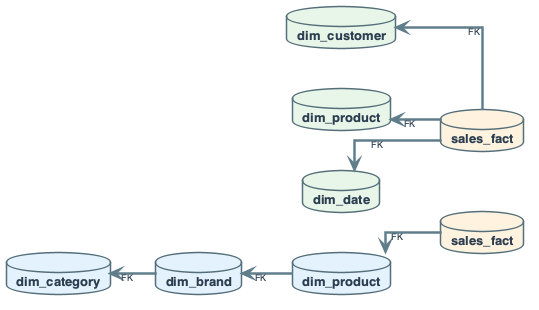
Earlier version of the PlantUML export diagrams/week05/week5_star_vs_snowflake.png (OrPerets/data-engineering-course).
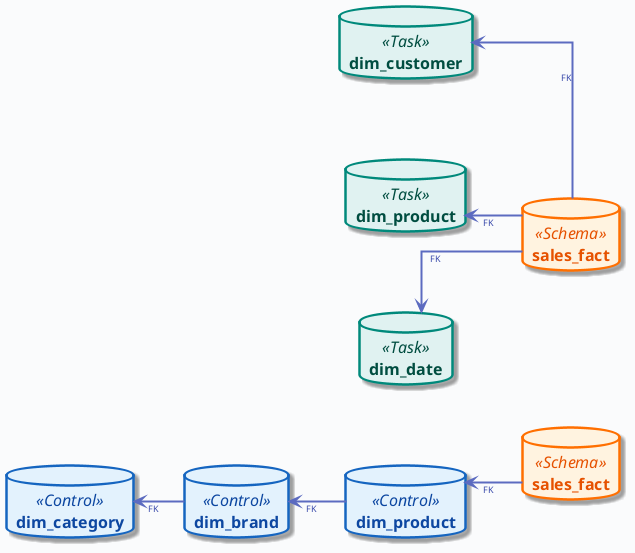
Later version of the same file.

What changed in the source:
```diff
@@ -1,50 +1,23 @@
 @startuml
 
+!include ../_template_styles.puml
+
 left to right direction
-skinparam linetype ortho
-skinparam shadowing false
-skinparam roundcorner 8
-skinparam handwritten false
-skinparam nodesep 40
-skinparam ranksep 45
 
-skinparam defaultFontName "Segoe UI, Helvetica, sans-serif"
-skinparam defaultFontSize 16
-skinparam defaultFontColor #2C3E50
-
-skinparam rectangle {
-    BackgroundColor #F8F9FA
-    BorderColor #90A4AE
-    BorderThickness 2
-    FontSize 12
-    Padding 10
-}
-skinparam database {
-    BackgroundColor #ECEFF1
-    BorderColor #546E7A
-    BorderThickness 1.5
-    FontSize 13
-}
-skinparam arrow {
-    Color #607D8B
-    Thickness 2.5
-    FontSize 10
-}
-
-database "**sales_fact**" as F1 #FFF3E0
-database "**dim_customer**" as DC #E8F5E9
-database "**dim_product**" as DP #E8F5E9
-database "**dim_date**" as DD #E8F5E9
+database "**sales_fact**" as F1 <<Schema>>
+database "**dim_customer**" as DC <<Task>>
+database "**dim_product**" as DP <<Task>>
+database "**dim_date**" as DD <<Task>>
 F1 -up-> DC : <size:9>FK</size>
 F1 -up-> DP : <size:9>FK</size>
 F1 -up-> DD : <size:9>FK</size>
 DC -[hidden]right- DP
 DP -[hidden]right- DD
 
-database "**sales_fact**" as F2 #FFF3E0
-database "**dim_product**" as D2P #E3F2FD
-database "**dim_brand**" as DB #E3F2FD
-database "**dim_category**" as D2C #E3F2FD
+database "**sales_fact**" as F2 <<Schema>>
+database "**dim_product**" as D2P <<Control>>
+database "**dim_brand**" as DB <<Control>>
+database "**dim_category**" as D2C <<Control>>
 F2 -up-> D2P : <size:9>FK</size>
 D2P -up-> DB : <size:9>FK</size>
 DB -up-> D2C : <size:9>FK</size>
```
